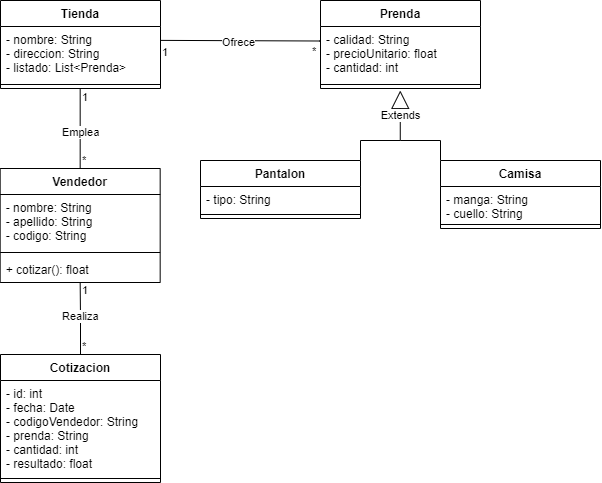
The draw.io diagram Diagrama de Clases.png in ncode90/CotizadorExpress, before a commit. Source tidied: cells renumbered, new cells last; positions are measured from the earlier drawing's top-left corner, leaving out a move shared by most shapes.
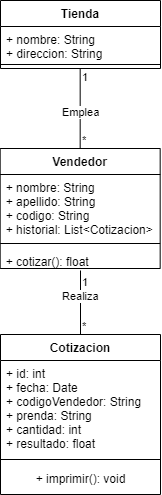
Above is the later version.

What changed in the source:
```diff
@@ -3,92 +3,48 @@
     <mxCell id="0" />
     <mxCell id="1" parent="0" />
     <mxCell id="2" value="Vendedor" style="swimlane;fontStyle=1;align=center;verticalAlign=top;horizontal=1;startSize=26;" parent="1" vertex="1">
-      <mxGeometry x="-0.3" y="168" width="160" height="114" as="geometry" />
+      <mxGeometry x="-0.3" y="168" width="160" height="120" as="geometry" />
     </mxCell>
-    <mxCell id="3" value="- nombre: String&#10;- apellido: String&#10;- codigo: String" style="text;strokeColor=none;fillColor=none;align=left;verticalAlign=top;spacingLeft=4;spacingRight=4;overflow=hidden;" parent="2" vertex="1">
-      <mxGeometry y="26" width="160" height="54" as="geometry" />
+    <mxCell id="3" value="+ nombre: String&#10;+ apellido: String&#10;+ codigo: String&#10;+ historial: List&lt;Cotizacion&gt;" style="text;strokeColor=none;fillColor=none;align=left;verticalAlign=top;spacingLeft=4;spacingRight=4;overflow=hidden;" parent="2" vertex="1">
+      <mxGeometry y="26" width="160" height="64" as="geometry" />
     </mxCell>
     <mxCell id="4" style="line;strokeWidth=1;fillColor=none;align=left;verticalAlign=middle;spacingTop=-1;spacingLeft=3;spacingRight=3;labelPosition=right;strokeColor=inherit;" parent="2" vertex="1">
-      <mxGeometry y="80" width="160" height="8" as="geometry" />
+      <mxGeometry y="90" width="160" height="10" as="geometry" />
     </mxCell>
     <mxCell id="5" value="+ cotizar(): float" style="text;strokeColor=none;fillColor=none;align=left;verticalAlign=top;spacingLeft=4;spacingRight=4;overflow=hidden;points=[[0,0.5],[1,0.5]];portConstraint=eastwest;" parent="2" vertex="1">
-      <mxGeometry y="88" width="160" height="26" as="geometry" />
+      <mxGeometry y="100" width="160" height="20" as="geometry" />
     </mxCell>
     <mxCell id="6" value="Cotizacion" style="swimlane;fontStyle=1;align=center;verticalAlign=top;horizontal=1;startSize=26;" parent="1" vertex="1">
-      <mxGeometry y="354" width="160" height="128" as="geometry" />
+      <mxGeometry y="354" width="160" height="160" as="geometry" />
     </mxCell>
-    <mxCell id="7" value="- id: int&#10;- fecha: Date&#10;- codigoVendedor: String&#10;- prenda: String&#10;- cantidad: int&#10;- resultado: float" style="text;strokeColor=none;fillColor=none;align=left;verticalAlign=top;spacingLeft=4;spacingRight=4;overflow=hidden;" parent="6" vertex="1">
+    <mxCell id="7" value="+ id: int&#10;+ fecha: Date&#10;+ codigoVendedor: String&#10;+ prenda: String&#10;+ cantidad: int&#10;+ resultado: float" style="text;strokeColor=none;fillColor=none;align=left;verticalAlign=top;spacingLeft=4;spacingRight=4;overflow=hidden;" parent="6" vertex="1">
       <mxGeometry y="26" width="160" height="94" as="geometry" />
     </mxCell>
     <mxCell id="8" style="line;strokeWidth=1;fillColor=none;align=left;verticalAlign=middle;spacingTop=-1;spacingLeft=3;spacingRight=3;labelPosition=right;strokeColor=inherit;" parent="6" vertex="1">
-      <mxGeometry y="120" width="160" height="8" as="geometry" />
+      <mxGeometry y="120" width="160" height="10" as="geometry" />
     </mxCell>
+    <mxCell id="36" value="+ imprimir(): void" style="text;html=1;align=center;verticalAlign=middle;strokeColor=none;fillColor=none;" parent="6" vertex="1">
+      <mxGeometry y="130" width="160" height="30" as="geometry" />
+    </mxCell>
     <mxCell id="9" value="Tienda" style="swimlane;fontStyle=1;align=center;verticalAlign=top;horizontal=1;startSize=26;" parent="1" vertex="1">
-      <mxGeometry width="160" height="88" as="geometry" />
+      <mxGeometry y="20" width="160" height="68" as="geometry" />
     </mxCell>
-    <mxCell id="10" value="- nombre: String&#10;- direccion: String&#10;- listado: List&lt;Prenda&gt;" style="text;strokeColor=none;fillColor=none;align=left;verticalAlign=top;spacingLeft=4;spacingRight=4;overflow=hidden;points=[[0,0.5],[1,0.5]];portConstraint=eastwest;" parent="9" vertex="1">
-      <mxGeometry y="26" width="160" height="54" as="geometry" />
+    <mxCell id="10" value="+ nombre: String&#10;+ direccion: String" style="text;strokeColor=none;fillColor=none;align=left;verticalAlign=top;spacingLeft=4;spacingRight=4;overflow=hidden;points=[[0,0.5],[1,0.5]];portConstraint=eastwest;" parent="9" vertex="1">
+      <mxGeometry y="26" width="160" height="34" as="geometry" />
     </mxCell>
     <mxCell id="11" style="line;strokeWidth=1;fillColor=none;align=left;verticalAlign=middle;spacingTop=-1;spacingLeft=3;spacingRight=3;labelPosition=right;strokeColor=inherit;" parent="9" vertex="1">
-      <mxGeometry y="80" width="160" height="8" as="geometry" />
+      <mxGeometry y="60" width="160" height="8" as="geometry" />
     </mxCell>
-    <mxCell id="12" value="Prenda" style="swimlane;fontStyle=1;align=center;verticalAlign=top;horizontal=1;startSize=26;" parent="1" vertex="1">
-      <mxGeometry x="320" width="160" height="88" as="geometry" />
-    </mxCell>
-    <mxCell id="13" value="- calidad: String&#10;- precioUnitario: float&#10;- cantidad: int" style="text;strokeColor=none;fillColor=none;align=left;verticalAlign=top;spacingLeft=4;spacingRight=4;overflow=hidden;points=[[0,0.5],[1,0.5]];portConstraint=eastwest;" parent="12" vertex="1">
-      <mxGeometry y="26" width="160" height="54" as="geometry" />
-    </mxCell>
-    <mxCell id="14" style="line;strokeWidth=1;fillColor=none;align=left;verticalAlign=middle;spacingTop=-1;spacingLeft=3;spacingRight=3;labelPosition=right;strokeColor=inherit;" parent="12" vertex="1">
-      <mxGeometry y="80" width="160" height="8" as="geometry" />
-    </mxCell>
-    <mxCell id="15" style="edgeStyle=orthogonalEdgeStyle;rounded=0;jettySize=auto;html=1;exitX=1;exitY=0;exitDx=0;exitDy=0;strokeColor=default;endArrow=none;endFill=0;endSize=6;" parent="1" edge="1" source="16">
-      <mxGeometry relative="1" as="geometry">
-        <mxPoint x="400" y="140" as="targetPoint" />
-        <Array as="points">
-          <mxPoint x="360" y="140" />
-        </Array>
-      </mxGeometry>
-    </mxCell>
-    <mxCell id="16" value="Pantalon" style="swimlane;fontStyle=1;align=center;verticalAlign=top;horizontal=1;startSize=26;" parent="1" vertex="1">
-      <mxGeometry x="200" y="160" width="160" height="58" as="geometry" />
-    </mxCell>
-    <mxCell id="17" value="- tipo: String&#10;" style="text;strokeColor=none;fillColor=none;align=left;verticalAlign=top;spacingLeft=4;spacingRight=4;overflow=hidden;" parent="16" vertex="1">
-      <mxGeometry y="26" width="160" height="24" as="geometry" />
-    </mxCell>
-    <mxCell id="18" style="line;strokeWidth=1;fillColor=none;align=left;verticalAlign=middle;spacingTop=-1;spacingLeft=3;spacingRight=3;labelPosition=right;strokeColor=inherit;" parent="16" vertex="1">
-      <mxGeometry y="50" width="160" height="8" as="geometry" />
-    </mxCell>
-    <mxCell id="19" style="edgeStyle=orthogonalEdgeStyle;rounded=0;jettySize=auto;html=1;exitX=0;exitY=0;exitDx=0;exitDy=0;strokeColor=default;endArrow=none;endFill=0;endSize=6;" parent="1" edge="1" source="20">
-      <mxGeometry relative="1" as="geometry">
-        <mxPoint x="400" y="140" as="targetPoint" />
-        <Array as="points">
-          <mxPoint x="440" y="140" />
-        </Array>
-      </mxGeometry>
-    </mxCell>
-    <mxCell id="20" value="Camisa" style="swimlane;fontStyle=1;align=center;verticalAlign=top;horizontal=1;startSize=26;" parent="1" vertex="1">
-      <mxGeometry x="440" y="160" width="160" height="68" as="geometry" />
-    </mxCell>
-    <mxCell id="21" value="- manga: String&#10;- cuello: String" style="text;strokeColor=none;fillColor=none;align=left;verticalAlign=top;spacingLeft=4;spacingRight=4;overflow=hidden;" parent="20" vertex="1">
-      <mxGeometry y="26" width="160" height="34" as="geometry" />
-    </mxCell>
-    <mxCell id="22" style="line;strokeWidth=1;fillColor=none;align=left;verticalAlign=middle;spacingTop=-1;spacingLeft=3;spacingRight=3;labelPosition=right;strokeColor=inherit;" parent="20" vertex="1">
-      <mxGeometry y="60" width="160" height="8" as="geometry" />
-    </mxCell>
-    <mxCell id="23" value="Extends" style="endArrow=block;endSize=16;endFill=0;html=1;rounded=0;" parent="1" edge="1">
-      <mxGeometry relative="1" as="geometry">
-        <mxPoint x="399.8" y="140" as="sourcePoint" />
-        <mxPoint x="399.8" y="90" as="targetPoint" />
-      </mxGeometry>
-    </mxCell>
-    <mxCell id="24" style="endArrow=none;html=1;edgeStyle=orthogonalEdgeStyle;rounded=0;strokeColor=default;endSize=6;exitX=0.5;exitY=0;exitDx=0;exitDy=0;entryX=0.5;entryY=1.017;entryDx=0;entryDy=0;entryPerimeter=0;" parent="1" edge="1" source="6" target="5">
-      <mxGeometry relative="1" as="geometry" />
+    <mxCell id="24" style="endArrow=none;html=1;edgeStyle=orthogonalEdgeStyle;rounded=0;strokeColor=default;endSize=6;exitX=0.5;exitY=0;exitDx=0;exitDy=0;" parent="1" edge="1" source="6">
+      <mxGeometry relative="1" as="geometry">
+        <mxPoint x="80" y="290" as="targetPoint" />
+      </mxGeometry>
     </mxCell>
     <mxCell id="25" value="*" style="edgeLabel;html=1;align=left;verticalAlign=bottom;" parent="24" vertex="1">
       <mxGeometry x="-1" relative="1" as="geometry" />
     </mxCell>
     <mxCell id="26" value="1" style="edgeLabel;html=1;align=left;verticalAlign=bottom;" parent="1" vertex="1">
-      <mxGeometry x="80" y="298" as="geometry" />
+      <mxGeometry x="80" y="310" as="geometry" />
     </mxCell>
     <mxCell id="27" value="Realiza" style="edgeLabel;html=1;align=left;verticalAlign=bottom;" parent="1" vertex="1">
       <mxGeometry x="60" y="324" as="geometry" />
@@ -107,23 +63,5 @@
     <mxCell id="31" value="Emplea" style="edgeLabel;html=1;align=left;verticalAlign=bottom;" parent="1" vertex="1">
       <mxGeometry x="60" y="140" as="geometry" />
     </mxCell>
-    <mxCell id="32" style="endArrow=none;html=1;edgeStyle=orthogonalEdgeStyle;rounded=0;strokeColor=default;endSize=6;entryX=1.003;entryY=0.257;entryDx=0;entryDy=0;entryPerimeter=0;exitX=0.001;exitY=0.269;exitDx=0;exitDy=0;exitPerimeter=0;" parent="1" edge="1" source="13" target="10">
-      <mxGeometry relative="1" as="geometry">
-        <Array as="points">
-          <mxPoint x="319" y="41" />
-        </Array>
-      </mxGeometry>
-    </mxCell>
-    <mxCell id="33" value="*" style="edgeLabel;html=1;align=left;verticalAlign=bottom;" parent="32" vertex="1">
-      <mxGeometry x="-1" relative="1" as="geometry">
-        <mxPoint x="-10" y="19" as="offset" />
-      </mxGeometry>
-    </mxCell>
-    <mxCell id="34" value="1" style="edgeLabel;html=1;align=left;verticalAlign=bottom;rotation=0;" parent="1" vertex="1">
-      <mxGeometry x="160" y="60" as="geometry" />
-    </mxCell>
-    <mxCell id="35" value="Ofrece" style="edgeLabel;html=1;align=left;verticalAlign=bottom;" parent="1" vertex="1">
-      <mxGeometry x="220" y="50" as="geometry" />
-    </mxCell>
   </root>
 </mxGraphModel>
```
